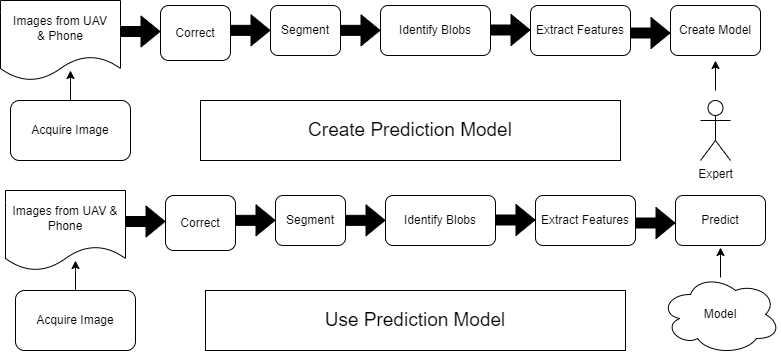
This is documents/figures/workflow.png from evan-mcginnis/weeds, a draw.io export, as it was before one commit. Source tidied: cells renumbered, new cells last; positions are measured from the earlier drawing's top-left corner, leaving out a move shared by most shapes. Source of this version:
```xml
<mxGraphModel>
  <root>
    <mxCell id="0" />
    <mxCell id="1" parent="0" />
    <mxCell id="2" style="edgeStyle=orthogonalEdgeStyle;rounded=0;jettySize=auto;html=1;" parent="1" edge="1" source="3">
      <mxGeometry relative="1" as="geometry">
        <mxPoint x="70" y="70" as="targetPoint" />
      </mxGeometry>
    </mxCell>
    <mxCell id="3" value="Acquire Image" style="rounded=1;whiteSpace=wrap;html=1;fillColor=#FFFFFF;" parent="1" vertex="1">
      <mxGeometry x="10" y="100" width="120" height="60" as="geometry" />
    </mxCell>
    <mxCell id="4" value="Segment" style="rounded=1;whiteSpace=wrap;html=1;fillColor=#FFFFFF;" parent="1" vertex="1">
      <mxGeometry x="270" y="5" width="70" height="50" as="geometry" />
    </mxCell>
    <mxCell id="5" value="Identify Blobs" style="rounded=1;whiteSpace=wrap;html=1;fillColor=#FFFFFF;" parent="1" vertex="1">
      <mxGeometry x="380" y="5" width="110" height="50" as="geometry" />
    </mxCell>
    <mxCell id="6" value="Extract Features" style="rounded=1;whiteSpace=wrap;html=1;fillColor=#FFFFFF;" parent="1" vertex="1">
      <mxGeometry x="530" y="5" width="100" height="50" as="geometry" />
    </mxCell>
    <mxCell id="7" style="shape=flexArrow;endArrow=classic;html=1;rounded=0;fillColor=#000000;" parent="1" edge="1">
      <mxGeometry relative="1" as="geometry">
        <mxPoint x="490" y="29.5" as="sourcePoint" />
        <mxPoint x="530" y="29.5" as="targetPoint" />
      </mxGeometry>
    </mxCell>
    <mxCell id="8" style="shape=flexArrow;endArrow=classic;html=1;rounded=0;fillColor=#000000;" parent="1" edge="1">
      <mxGeometry relative="1" as="geometry">
        <mxPoint x="340" y="29.8" as="sourcePoint" />
        <mxPoint x="380" y="29.8" as="targetPoint" />
      </mxGeometry>
    </mxCell>
    <mxCell id="9" style="shape=flexArrow;endArrow=classic;html=1;rounded=0;fillColor=#000000;" parent="1" edge="1">
      <mxGeometry relative="1" as="geometry">
        <mxPoint x="120" y="31" as="sourcePoint" />
        <mxPoint x="160" y="31" as="targetPoint" />
      </mxGeometry>
    </mxCell>
    <mxCell id="10" value="Images from UAV&lt;div&gt;&amp;amp; Phone&lt;/div&gt;" style="shape=document;whiteSpace=wrap;html=1;boundedLbl=1;" parent="1" vertex="1">
      <mxGeometry width="120" height="80" as="geometry" />
    </mxCell>
    <mxCell id="11" value="Create Model" style="rounded=1;whiteSpace=wrap;html=1;fillColor=#FFFFFF;" parent="1" vertex="1">
      <mxGeometry x="670" y="5" width="90" height="50" as="geometry" />
    </mxCell>
    <mxCell id="12" value="Correct" style="rounded=1;whiteSpace=wrap;html=1;fillColor=#FFFFFF;" parent="1" vertex="1">
      <mxGeometry x="160" y="5" width="70" height="55" as="geometry" />
    </mxCell>
    <mxCell id="13" style="shape=flexArrow;endArrow=classic;html=1;rounded=0;fillColor=#000000;" parent="1" edge="1">
      <mxGeometry relative="1" as="geometry">
        <mxPoint x="230" y="29.8" as="sourcePoint" />
        <mxPoint x="270" y="29.8" as="targetPoint" />
      </mxGeometry>
    </mxCell>
    <mxCell id="14" style="shape=flexArrow;endArrow=classic;html=1;rounded=0;fillColor=#000000;" parent="1" edge="1">
      <mxGeometry relative="1" as="geometry">
        <mxPoint x="630" y="32.5" as="sourcePoint" />
        <mxPoint x="670" y="32.5" as="targetPoint" />
      </mxGeometry>
    </mxCell>
    <mxCell id="15" value="Expert" style="shape=umlActor;verticalLabelPosition=bottom;verticalAlign=top;html=1;" parent="1" vertex="1">
      <mxGeometry x="700" y="100" width="30" height="60" as="geometry" />
    </mxCell>
    <mxCell id="16" value="Create Prediction Model" style="rounded=0;whiteSpace=wrap;html=1;fontSize=19;" parent="1" vertex="1">
      <mxGeometry x="200" y="100" width="420" height="60" as="geometry" />
    </mxCell>
    <mxCell id="17" style="edgeStyle=orthogonalEdgeStyle;rounded=0;jettySize=auto;html=1;" parent="1" edge="1" source="18">
      <mxGeometry relative="1" as="geometry">
        <mxPoint x="75" y="260" as="targetPoint" />
      </mxGeometry>
    </mxCell>
    <mxCell id="18" value="Acquire Image" style="rounded=1;whiteSpace=wrap;html=1;fillColor=#FFFFFF;" parent="1" vertex="1">
      <mxGeometry x="15" y="290" width="120" height="60" as="geometry" />
    </mxCell>
    <mxCell id="19" value="Segment" style="rounded=1;whiteSpace=wrap;html=1;fillColor=#FFFFFF;" parent="1" vertex="1">
      <mxGeometry x="275" y="195" width="70" height="50" as="geometry" />
    </mxCell>
    <mxCell id="20" value="Identify Blobs" style="rounded=1;whiteSpace=wrap;html=1;fillColor=#FFFFFF;" parent="1" vertex="1">
      <mxGeometry x="385" y="195" width="110" height="50" as="geometry" />
    </mxCell>
    <mxCell id="21" value="Extract Features" style="rounded=1;whiteSpace=wrap;html=1;fillColor=#FFFFFF;" parent="1" vertex="1">
      <mxGeometry x="535" y="195" width="100" height="50" as="geometry" />
    </mxCell>
    <mxCell id="22" style="shape=flexArrow;endArrow=classic;html=1;rounded=0;fillColor=#000000;" parent="1" edge="1">
      <mxGeometry relative="1" as="geometry">
        <mxPoint x="495" y="219.5" as="sourcePoint" />
        <mxPoint x="535" y="219.5" as="targetPoint" />
      </mxGeometry>
    </mxCell>
    <mxCell id="23" style="shape=flexArrow;endArrow=classic;html=1;rounded=0;fillColor=#000000;" parent="1" edge="1">
      <mxGeometry relative="1" as="geometry">
        <mxPoint x="345" y="219.8" as="sourcePoint" />
        <mxPoint x="385" y="219.8" as="targetPoint" />
      </mxGeometry>
    </mxCell>
    <mxCell id="24" style="shape=flexArrow;endArrow=classic;html=1;rounded=0;fillColor=#000000;" parent="1" edge="1">
      <mxGeometry relative="1" as="geometry">
        <mxPoint x="125" y="221" as="sourcePoint" />
        <mxPoint x="165" y="221" as="targetPoint" />
      </mxGeometry>
    </mxCell>
    <mxCell id="25" value="Images from UAV &amp;amp;&lt;div&gt;Phone&lt;/div&gt;" style="shape=document;whiteSpace=wrap;html=1;boundedLbl=1;" parent="1" vertex="1">
      <mxGeometry x="5" y="190" width="120" height="80" as="geometry" />
    </mxCell>
    <mxCell id="26" value="Predict" style="rounded=1;whiteSpace=wrap;html=1;fillColor=#FFFFFF;" parent="1" vertex="1">
      <mxGeometry x="675" y="195" width="90" height="50" as="geometry" />
    </mxCell>
    <mxCell id="27" value="Correct" style="rounded=1;whiteSpace=wrap;html=1;fillColor=#FFFFFF;" parent="1" vertex="1">
      <mxGeometry x="165" y="195" width="70" height="55" as="geometry" />
    </mxCell>
    <mxCell id="28" style="shape=flexArrow;endArrow=classic;html=1;rounded=0;fillColor=#000000;" parent="1" edge="1">
      <mxGeometry relative="1" as="geometry">
        <mxPoint x="235" y="219.8" as="sourcePoint" />
        <mxPoint x="275" y="219.8" as="targetPoint" />
      </mxGeometry>
    </mxCell>
    <mxCell id="29" style="shape=flexArrow;endArrow=classic;html=1;rounded=0;fillColor=#000000;" parent="1" edge="1">
      <mxGeometry relative="1" as="geometry">
        <mxPoint x="635" y="222.5" as="sourcePoint" />
        <mxPoint x="675" y="222.5" as="targetPoint" />
      </mxGeometry>
    </mxCell>
    <mxCell id="30" value="Use Prediction Model" style="rounded=0;whiteSpace=wrap;html=1;fontSize=19;" parent="1" vertex="1">
      <mxGeometry x="205" y="290" width="420" height="60" as="geometry" />
    </mxCell>
    <mxCell id="31" value="Model" style="ellipse;shape=cloud;whiteSpace=wrap;html=1;" parent="1" vertex="1">
      <mxGeometry x="660" y="274" width="120" height="80" as="geometry" />
    </mxCell>
    <mxCell id="32" style="endArrow=classic;html=1;rounded=0;" parent="1" edge="1">
      <mxGeometry relative="1" as="geometry">
        <mxPoint x="715" y="90" as="sourcePoint" />
        <mxPoint x="715" y="60" as="targetPoint" />
      </mxGeometry>
    </mxCell>
    <mxCell id="33" style="endArrow=classic;html=1;rounded=0;" parent="1" edge="1">
      <mxGeometry relative="1" as="geometry">
        <mxPoint x="720" y="277" as="sourcePoint" />
        <mxPoint x="720" y="247" as="targetPoint" />
      </mxGeometry>
    </mxCell>
  </root>
</mxGraphModel>
```
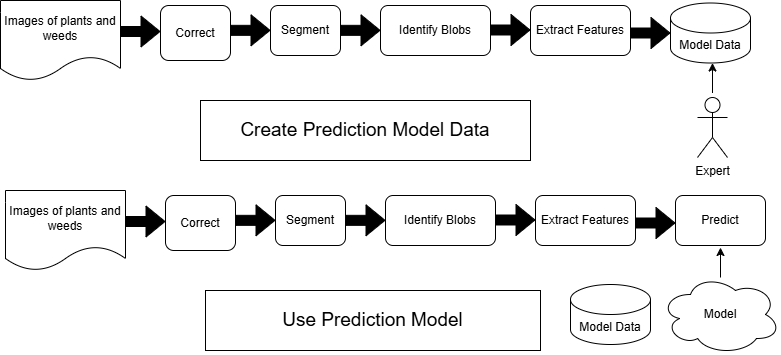
The same diagram one commit later.

What changed in the source:
```diff
@@ -2,14 +2,6 @@
   <root>
     <mxCell id="0" />
     <mxCell id="1" parent="0" />
-    <mxCell id="2" style="edgeStyle=orthogonalEdgeStyle;rounded=0;jettySize=auto;html=1;" parent="1" edge="1" source="3">
-      <mxGeometry relative="1" as="geometry">
-        <mxPoint x="70" y="70" as="targetPoint" />
-      </mxGeometry>
-    </mxCell>
-    <mxCell id="3" value="Acquire Image" style="rounded=1;whiteSpace=wrap;html=1;fillColor=#FFFFFF;" parent="1" vertex="1">
-      <mxGeometry x="10" y="100" width="120" height="60" as="geometry" />
-    </mxCell>
     <mxCell id="4" value="Segment" style="rounded=1;whiteSpace=wrap;html=1;fillColor=#FFFFFF;" parent="1" vertex="1">
       <mxGeometry x="270" y="5" width="70" height="50" as="geometry" />
     </mxCell>
@@ -37,12 +29,9 @@
         <mxPoint x="160" y="31" as="targetPoint" />
       </mxGeometry>
     </mxCell>
-    <mxCell id="10" value="Images from UAV&lt;div&gt;&amp;amp; Phone&lt;/div&gt;" style="shape=document;whiteSpace=wrap;html=1;boundedLbl=1;" parent="1" vertex="1">
+    <mxCell id="10" value="Images of plants and weeds" style="shape=document;whiteSpace=wrap;html=1;boundedLbl=1;" parent="1" vertex="1">
       <mxGeometry width="120" height="80" as="geometry" />
     </mxCell>
-    <mxCell id="11" value="Create Model" style="rounded=1;whiteSpace=wrap;html=1;fillColor=#FFFFFF;" parent="1" vertex="1">
-      <mxGeometry x="670" y="5" width="90" height="50" as="geometry" />
-    </mxCell>
     <mxCell id="12" value="Correct" style="rounded=1;whiteSpace=wrap;html=1;fillColor=#FFFFFF;" parent="1" vertex="1">
       <mxGeometry x="160" y="5" width="70" height="55" as="geometry" />
     </mxCell>
@@ -59,19 +48,11 @@
       </mxGeometry>
     </mxCell>
     <mxCell id="15" value="Expert" style="shape=umlActor;verticalLabelPosition=bottom;verticalAlign=top;html=1;" parent="1" vertex="1">
-      <mxGeometry x="700" y="100" width="30" height="60" as="geometry" />
+      <mxGeometry x="697" y="97" width="30" height="60" as="geometry" />
     </mxCell>
-    <mxCell id="16" value="Create Prediction Model" style="rounded=0;whiteSpace=wrap;html=1;fontSize=19;" parent="1" vertex="1">
-      <mxGeometry x="200" y="100" width="420" height="60" as="geometry" />
+    <mxCell id="16" value="Create Prediction Model Data" style="rounded=0;whiteSpace=wrap;html=1;fontSize=19;" parent="1" vertex="1">
+      <mxGeometry x="200" y="100" width="330" height="60" as="geometry" />
     </mxCell>
-    <mxCell id="17" style="edgeStyle=orthogonalEdgeStyle;rounded=0;jettySize=auto;html=1;" parent="1" edge="1" source="18">
-      <mxGeometry relative="1" as="geometry">
-        <mxPoint x="75" y="260" as="targetPoint" />
-      </mxGeometry>
-    </mxCell>
-    <mxCell id="18" value="Acquire Image" style="rounded=1;whiteSpace=wrap;html=1;fillColor=#FFFFFF;" parent="1" vertex="1">
-      <mxGeometry x="15" y="290" width="120" height="60" as="geometry" />
-    </mxCell>
     <mxCell id="19" value="Segment" style="rounded=1;whiteSpace=wrap;html=1;fillColor=#FFFFFF;" parent="1" vertex="1">
       <mxGeometry x="275" y="195" width="70" height="50" as="geometry" />
     </mxCell>
@@ -99,7 +80,7 @@
         <mxPoint x="165" y="221" as="targetPoint" />
       </mxGeometry>
     </mxCell>
-    <mxCell id="25" value="Images from UAV &amp;amp;&lt;div&gt;Phone&lt;/div&gt;" style="shape=document;whiteSpace=wrap;html=1;boundedLbl=1;" parent="1" vertex="1">
+    <mxCell id="25" value="Images of plants and weeds" style="shape=document;whiteSpace=wrap;html=1;boundedLbl=1;" parent="1" vertex="1">
       <mxGeometry x="5" y="190" width="120" height="80" as="geometry" />
     </mxCell>
     <mxCell id="26" value="Predict" style="rounded=1;whiteSpace=wrap;html=1;fillColor=#FFFFFF;" parent="1" vertex="1">
@@ -121,15 +102,15 @@
       </mxGeometry>
     </mxCell>
     <mxCell id="30" value="Use Prediction Model" style="rounded=0;whiteSpace=wrap;html=1;fontSize=19;" parent="1" vertex="1">
-      <mxGeometry x="205" y="290" width="420" height="60" as="geometry" />
+      <mxGeometry x="205" y="290" width="335" height="60" as="geometry" />
     </mxCell>
     <mxCell id="31" value="Model" style="ellipse;shape=cloud;whiteSpace=wrap;html=1;" parent="1" vertex="1">
       <mxGeometry x="660" y="274" width="120" height="80" as="geometry" />
     </mxCell>
     <mxCell id="32" style="endArrow=classic;html=1;rounded=0;" parent="1" edge="1">
       <mxGeometry relative="1" as="geometry">
-        <mxPoint x="715" y="90" as="sourcePoint" />
-        <mxPoint x="715" y="60" as="targetPoint" />
+        <mxPoint x="712" y="92.5" as="sourcePoint" />
+        <mxPoint x="712" y="62.5" as="targetPoint" />
       </mxGeometry>
     </mxCell>
     <mxCell id="33" style="endArrow=classic;html=1;rounded=0;" parent="1" edge="1">
@@ -138,5 +119,11 @@
         <mxPoint x="720" y="247" as="targetPoint" />
       </mxGeometry>
     </mxCell>
+    <mxCell id="34" value="Model Data" style="shape=cylinder3;whiteSpace=wrap;html=1;boundedLbl=1;backgroundOutline=1;size=15;" parent="1" vertex="1">
+      <mxGeometry x="670" y="2.5" width="80" height="60" as="geometry" />
+    </mxCell>
+    <mxCell id="35" value="Model Data" style="shape=cylinder3;whiteSpace=wrap;html=1;boundedLbl=1;backgroundOutline=1;size=15;" parent="1" vertex="1">
+      <mxGeometry x="570" y="284" width="80" height="60" as="geometry" />
+    </mxCell>
   </root>
 </mxGraphModel>
```
